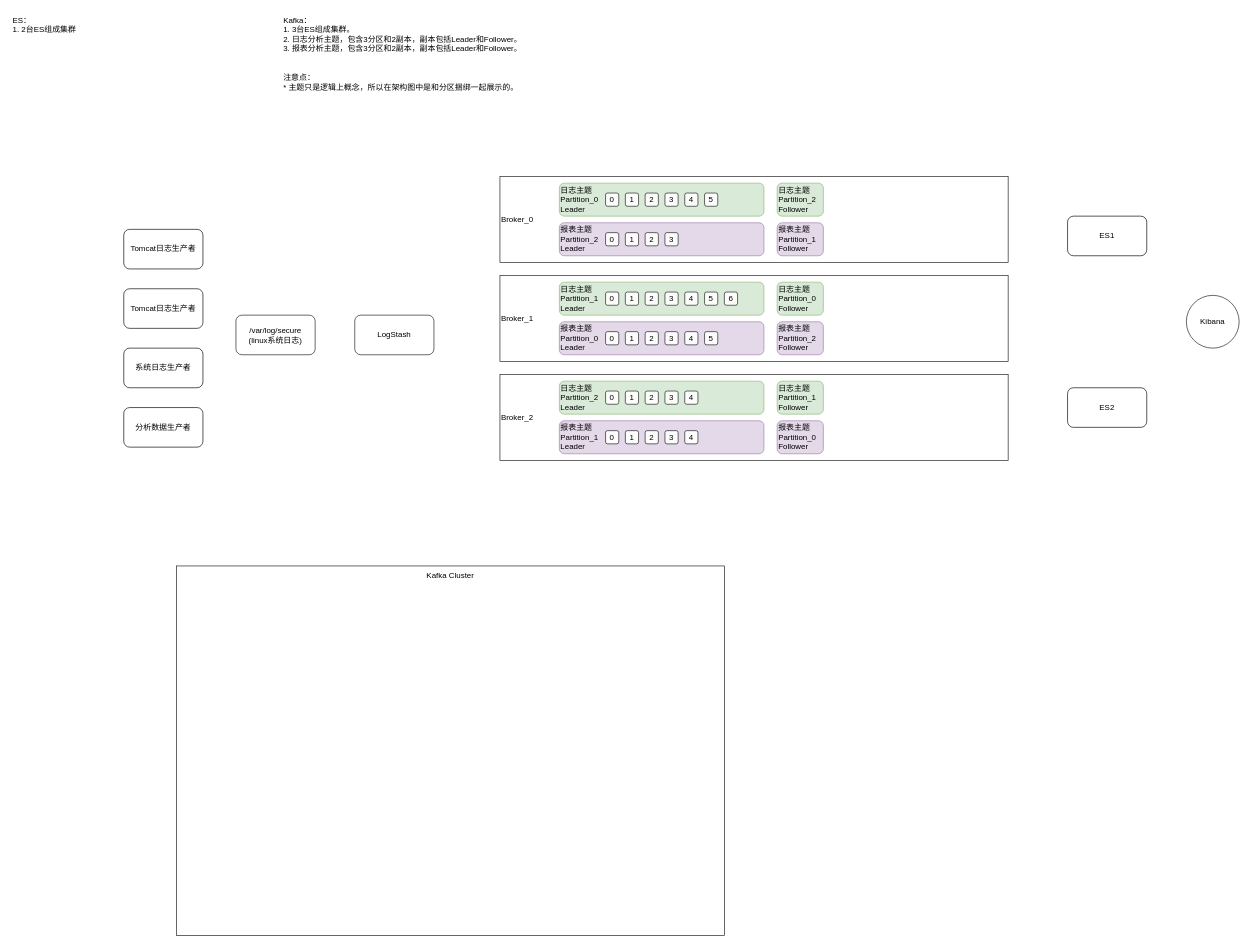
Above: space/Kafka ELK.drawio in lewinlee/draw.io (draw.io), before the change. Source tidied: cells renumbered, new cells numbered last; positions are measured from the earlier drawing's top-left corner, leaving out a move shared by most shapes. Both pictures are drawn from the tidied source at 66%, with x=0, y=0 at pixel (11, 11).
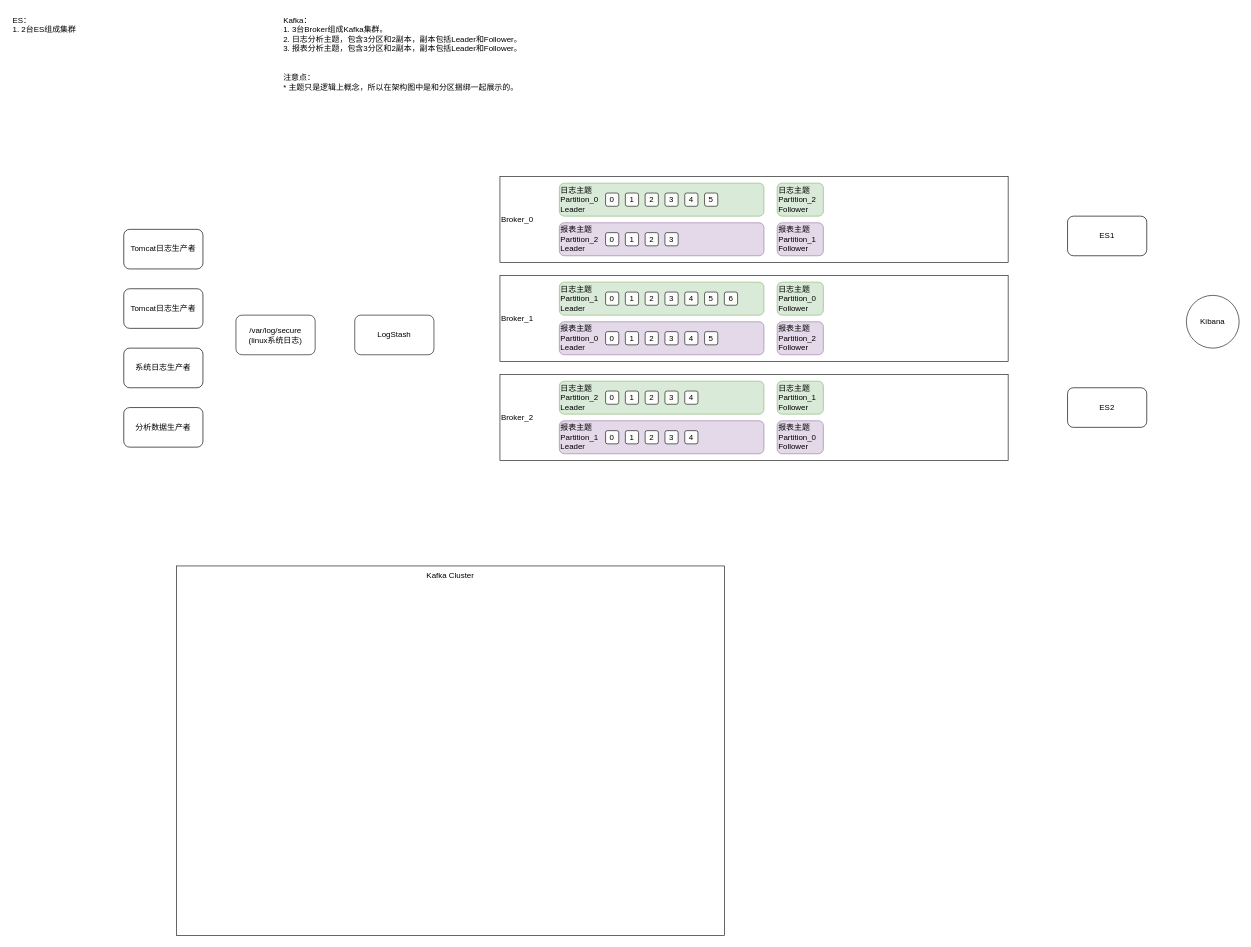
The same diagram, later.

What changed in the source:
```diff
@@
-    <mxCell id="15" value="Kafka：&lt;br&gt;1. 3台ES组成集群。&lt;br&gt;2. 日志分析主题，包含3分区和2副本，副本包括Leader和Follower。&lt;br&gt;3. 报表分析主题，包含3分区和2副本，副本包括Leader和Follower。&lt;br&gt;&lt;br&gt;&lt;br&gt;注意点：&lt;br&gt;* 主题只是逻辑上概念，所以在架构图中是和分区捆绑一起展示的。" style="text;html=1;strokeColor=none;fillColor=none;align=left;verticalAlign=top;whiteSpace=wrap;rounded=0;opacity=90;" parent="1" vertex="1">
+    <mxCell id="15" value="Kafka：&lt;br&gt;1. 3台Broker组成Kafka集群。&lt;br&gt;2. 日志分析主题，包含3分区和2副本，副本包括Leader和Follower。&lt;br&gt;3. 报表分析主题，包含3分区和2副本，副本包括Leader和Follower。&lt;br&gt;&lt;br&gt;&lt;br&gt;注意点：&lt;br&gt;* 主题只是逻辑上概念，所以在架构图中是和分区捆绑一起展示的。" style="text;html=1;strokeColor=none;fillColor=none;align=left;verticalAlign=top;whiteSpace=wrap;rounded=0;opacity=90;" parent="1" vertex="1">
       <mxGeometry x="410" width="380" height="200" as="geometry" />
     </mxCell>
```
